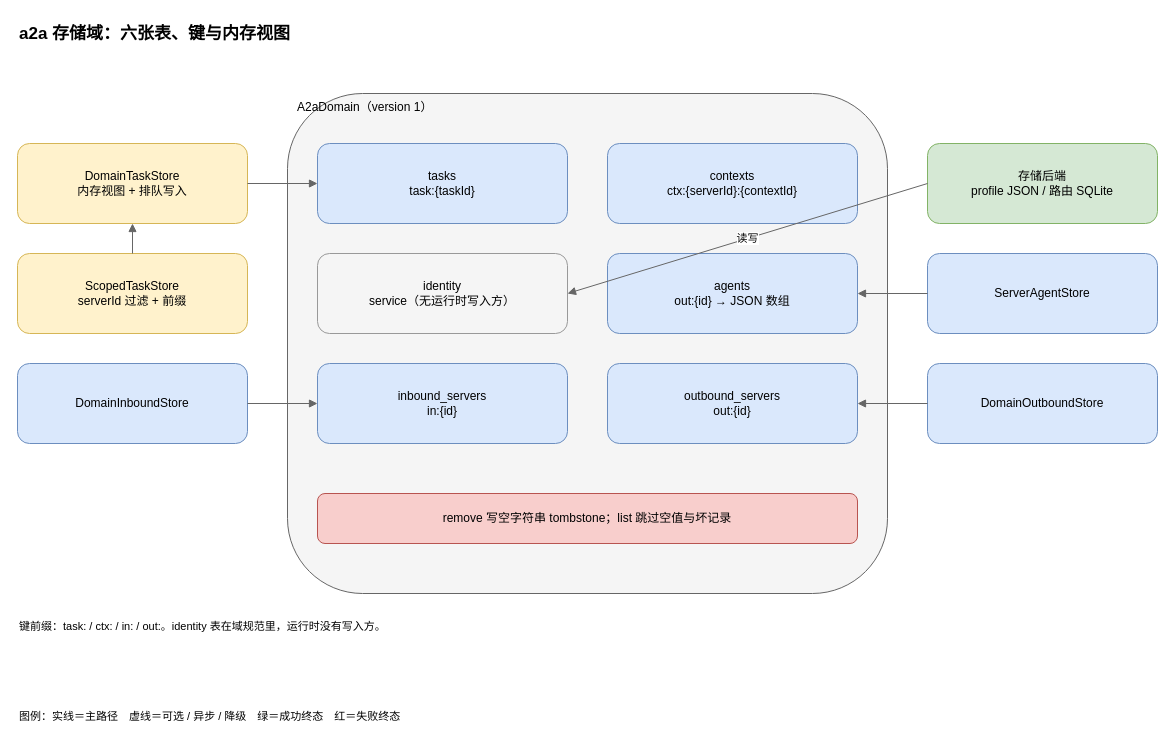
HanphoneJan/HanphoneJan.github.io keeps this draw.io diagram as static/img/dsh-a2a/src/storage-model.drawio. Above is the earlier version. Source tidied: cells renumbered, new cells numbered last; positions are measured from the earlier drawing's top-left corner, leaving out a move shared by most shapes. Both pictures are drawn from the tidied source at 100%, with x=0, y=0 at pixel (17, 17).
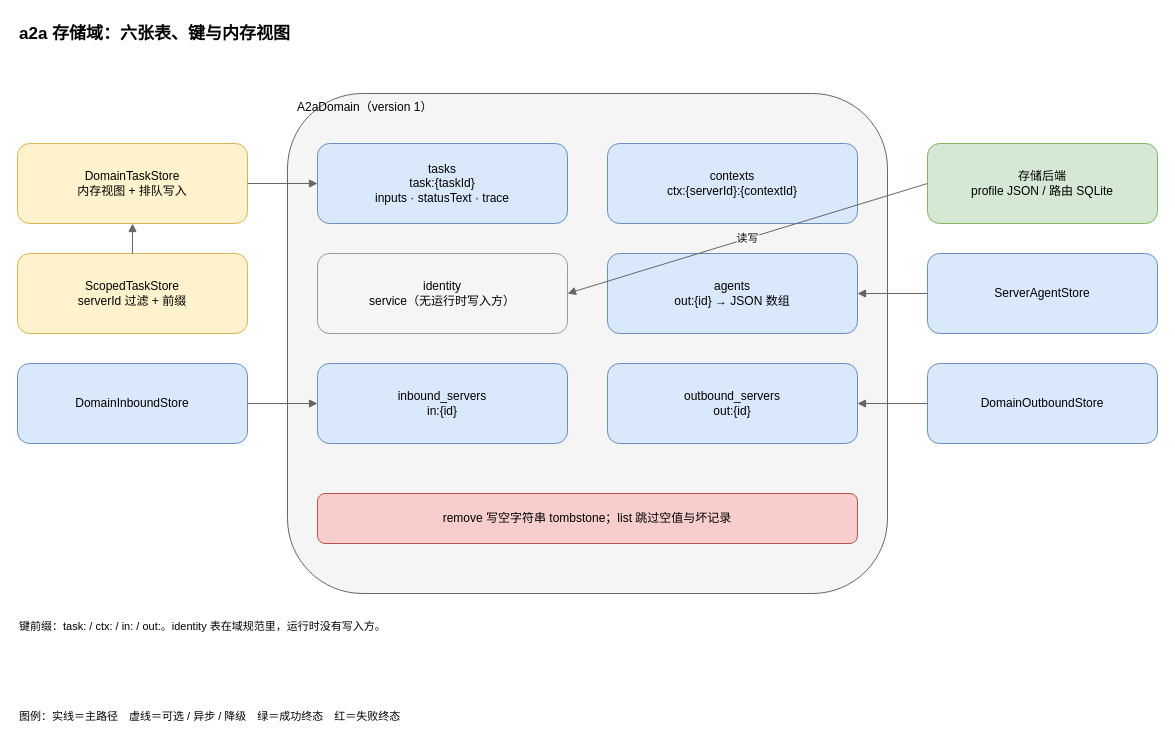
The same diagram, later.

Commit message (it also covers changes not shown here):
docs(dsh-a2a): sync 0.5.1 visible-only output and trace extension

The edit, as a diff of the source:
```diff
@@
-    <mxCell id="4" value="tasks&lt;br&gt;task:{taskId}" style="rounded=1;whiteSpace=wrap;html=1;fillColor=#dae8fc;strokeColor=#6c8ebf;fontFamily=Helvetica;fontSize=12;" parent="1" vertex="1">
+    <mxCell id="4" value="tasks&lt;br&gt;task:{taskId}&lt;br&gt;inputs · statusText · trace" style="rounded=1;whiteSpace=wrap;html=1;fillColor=#dae8fc;strokeColor=#6c8ebf;fontFamily=Helvetica;fontSize=12;" parent="1" vertex="1">
       <mxGeometry x="300" y="126" width="250" height="80" as="geometry" />
     </mxCell>
```
